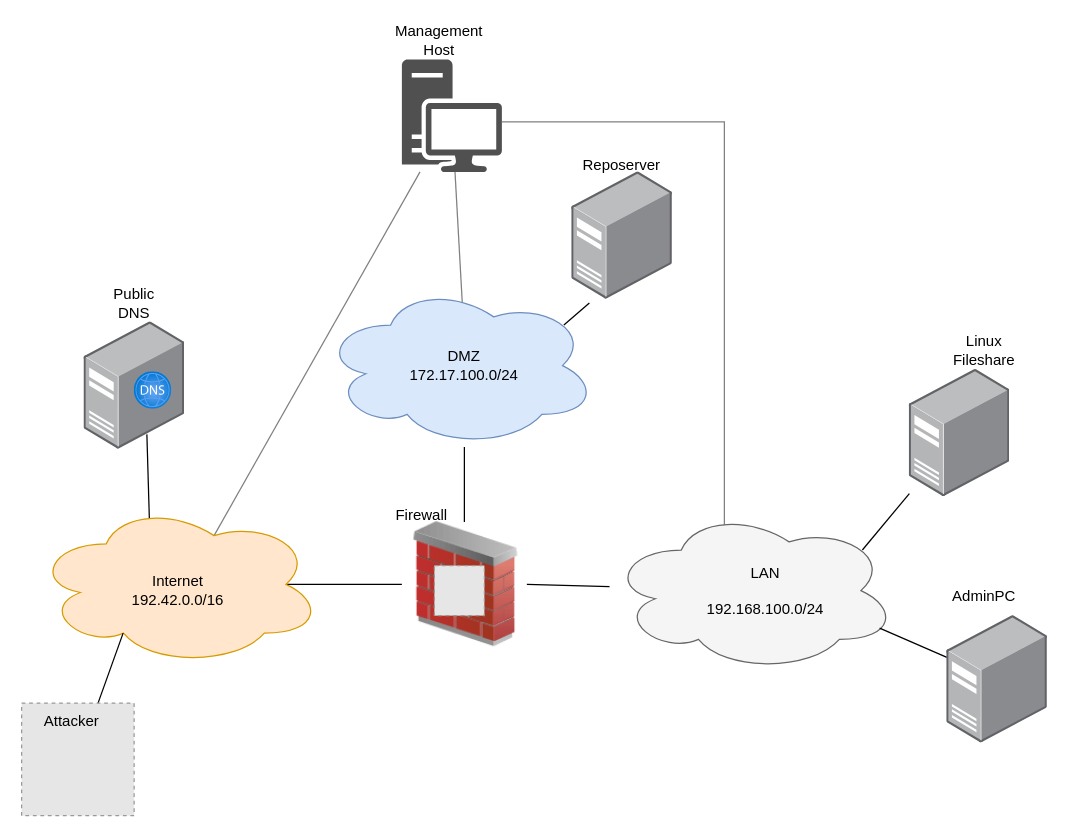
The draw.io diagram docs/images/AttackBed-Network.drawio in ait-testbed/attackbed, before the edit. Source tidied: cells renumbered, new cells numbered last; positions are measured from the earlier drawing's top-left corner, leaving out a move shared by most shapes. Both pictures are drawn from the tidied source at 125%, with x=0, y=0 at pixel (21, 21). Pictures stored in the file or linked from it are replaced by grey dashed boxes.
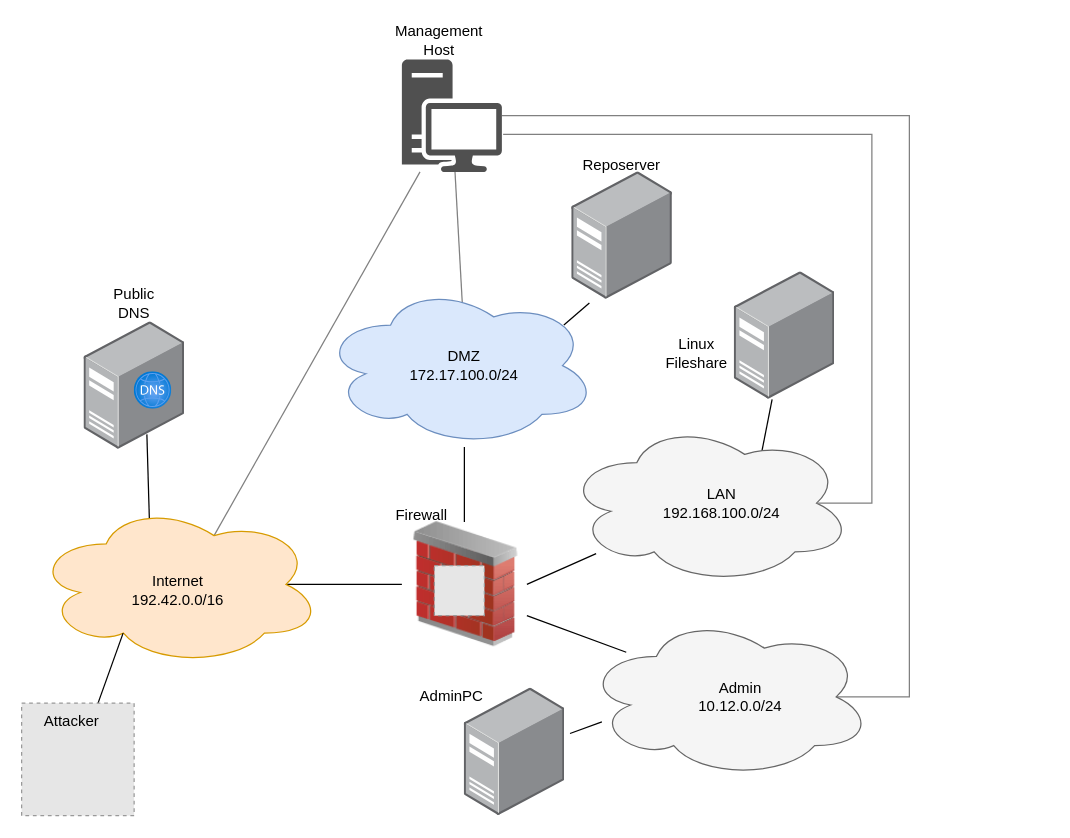
After the change.

Commit message (it also covers changes not shown here):
update images with admin network

The change refers to these unchanged cells:
```xml
<mxCell id="4" style="image;html=1;image=img/lib/clip_art/networking/Firewall_02_128x128.png;direction=east;flipH=1;" parent="1" vertex="1">
  <mxGeometry x="304" y="400" width="100" height="100" as="geometry" />
</mxCell>
<mxCell id="27" style="sketch=0;shadow=0;dashed=0;html=1;strokeColor=none;fillColor=#505050;labelPosition=center;verticalLabelPosition=bottom;verticalAlign=top;outlineConnect=0;align=center;shape=mxgraph.office.devices.workstation;" parent="1" vertex="1">
  <mxGeometry x="304" y="30" width="80" height="90" as="geometry" />
</mxCell>
```

What changed in the source:
```diff
@@
-    <mxCell id="2" style="rounded=0;jettySize=auto;html=1;exitX=1;exitY=0.5;exitDx=0;exitDy=0;endArrow=none;endFill=0;" parent="1" edge="1" source="4" target="15">
-      <mxGeometry relative="1" as="geometry" />
+    <mxCell id="2" style="rounded=0;jettySize=auto;html=1;exitX=1;exitY=0.75;exitDx=0;exitDy=0;endArrow=none;endFill=0;" parent="1" edge="1" source="4">
+      <mxGeometry relative="1" as="geometry">
+        <mxPoint x="483.5" y="504.3" as="targetPoint" />
+      </mxGeometry>
     </mxCell>
@@
-    <mxCell id="13" style="edgeStyle=orthogonalEdgeStyle;rounded=0;jettySize=auto;html=1;exitX=0.4;exitY=0.1;exitDx=0;exitDy=0;exitPerimeter=0;endArrow=none;endFill=0;strokeColor=#808080;" parent="1" edge="1" source="15" target="27">
+    <mxCell id="13" style="edgeStyle=orthogonalEdgeStyle;rounded=0;jettySize=auto;html=1;exitX=0.875;exitY=0.5;exitDx=0;exitDy=0;exitPerimeter=0;endArrow=none;endFill=0;strokeColor=#808080;" parent="1" edge="1" source="15" target="27">
       <mxGeometry relative="1" as="geometry">
         <Array as="points">
-          <mxPoint x="562" y="80" />
+          <mxPoint x="710" y="540" />
+          <mxPoint x="710" y="75" />
         </Array>
       </mxGeometry>
     </mxCell>
-    <mxCell id="14" style="rounded=0;jettySize=auto;html=1;exitX=0.88;exitY=0.25;exitDx=0;exitDy=0;exitPerimeter=0;endArrow=none;endFill=0;" parent="1" edge="1" source="15" target="31">
+    <mxCell id="14" style="rounded=0;jettySize=auto;html=1;endArrow=none;endFill=0;exitX=0.681;exitY=0.215;exitDx=0;exitDy=0;exitPerimeter=0;" parent="1" edge="1" source="36" target="31">
       <mxGeometry relative="1" as="geometry" />
     </mxCell>
     <mxCell id="15" style="ellipse;shape=cloud;whiteSpace=wrap;html=1;fillColor=#f5f5f5;fontColor=#333333;strokeColor=#666666;" parent="1" vertex="1">
-      <mxGeometry x="470" y="390" width="230" height="130" as="geometry" />
+      <mxGeometry x="450.2" y="475" width="230" height="130" as="geometry" />
     </mxCell>
@@
-    <mxCell id="20" value="LAN&lt;br&gt;    &lt;br/&gt;    192.168.100.0/24" style="text;strokeColor=none;align=center;fillColor=none;html=1;verticalAlign=middle;whiteSpace=wrap;rounded=0;" parent="1" vertex="1">
-      <mxGeometry x="550" y="435" width="90" height="40" as="geometry" />
+    <mxCell id="20" value="Admin&lt;br&gt;10.12.0.0/24" style="text;strokeColor=none;align=center;fillColor=none;html=1;verticalAlign=middle;whiteSpace=wrap;rounded=0;" parent="1" vertex="1">
+      <mxGeometry x="530.2" y="520" width="90" height="40" as="geometry" />
     </mxCell>
@@
     <mxCell id="31" style="image;points=[];html=1;align=center;shadow=0;dashed=0;image=img/lib/allied_telesis/computer_and_terminals/Server_Desktop.svg;" parent="1" vertex="1">
-      <mxGeometry x="710" y="278" width="80.5" height="102" as="geometry" />
+      <mxGeometry x="570" y="200" width="80.5" height="102" as="geometry" />
     </mxCell>
     <mxCell id="32" value="&lt;div&gt;Linux&lt;/div&gt;&lt;div&gt;Fileshare&lt;br&gt;&lt;/div&gt;" style="text;strokeColor=none;align=center;fillColor=none;html=1;verticalAlign=middle;whiteSpace=wrap;rounded=0;" parent="1" vertex="1">
-      <mxGeometry x="740" y="248" width="60" height="30" as="geometry" />
+      <mxGeometry x="510" y="250" width="60" height="30" as="geometry" />
     </mxCell>
-    <mxCell id="33" style="rounded=0;jettySize=auto;html=1;exitX=0.88;exitY=0.25;exitDx=0;exitDy=0;exitPerimeter=0;endArrow=none;endFill=0;" parent="1" edge="1" target="34">
+    <mxCell id="33" style="rounded=0;orthogonalLoop=1;jettySize=auto;html=1;endArrow=none;endFill=0;" parent="1" edge="1">
       <mxGeometry relative="1" as="geometry">
-        <mxPoint x="686.2" y="485" as="sourcePoint" />
+        <mxPoint x="464" y="560" as="sourcePoint" />
+        <mxPoint x="438.5" y="569.3" as="targetPoint" />
       </mxGeometry>
     </mxCell>
     <mxCell id="34" style="image;points=[];html=1;align=center;shadow=0;dashed=0;image=img/lib/allied_telesis/computer_and_terminals/Server_Desktop.svg;" parent="1" vertex="1">
-      <mxGeometry x="740" y="475" width="80.5" height="102" as="geometry" />
+      <mxGeometry x="354" y="533" width="80.5" height="102" as="geometry" />
     </mxCell>
     <mxCell id="35" value="AdminPC" style="text;strokeColor=none;align=center;fillColor=none;html=1;verticalAlign=middle;whiteSpace=wrap;rounded=0;" parent="1" vertex="1">
-      <mxGeometry x="740" y="445" width="60" height="30" as="geometry" />
+      <mxGeometry x="314" y="525" width="60" height="30" as="geometry" />
     </mxCell>
+    <mxCell id="36" style="ellipse;shape=cloud;whiteSpace=wrap;html=1;fillColor=#f5f5f5;fontColor=#333333;strokeColor=#666666;" parent="1" vertex="1">
+      <mxGeometry x="434.5" y="320" width="230" height="130" as="geometry" />
+    </mxCell>
+    <mxCell id="37" value="LAN&lt;br&gt;    192.168.100.0/24" style="text;strokeColor=none;align=center;fillColor=none;html=1;verticalAlign=middle;whiteSpace=wrap;rounded=0;" parent="1" vertex="1">
+      <mxGeometry x="514.5" y="365" width="90" height="40" as="geometry" />
+    </mxCell>
+    <mxCell id="38" style="rounded=0;jettySize=auto;html=1;exitX=1;exitY=0.5;exitDx=0;exitDy=0;endArrow=none;endFill=0;" parent="1" edge="1" source="4" target="36">
+      <mxGeometry relative="1" as="geometry" />
+    </mxCell>
+    <mxCell id="39" style="edgeStyle=orthogonalEdgeStyle;rounded=0;jettySize=auto;html=1;exitX=0.875;exitY=0.5;exitDx=0;exitDy=0;exitPerimeter=0;endArrow=none;endFill=0;strokeColor=#808080;" parent="1" edge="1" source="36">
+      <mxGeometry relative="1" as="geometry">
+        <mxPoint x="385" y="90" as="targetPoint" />
+        <Array as="points">
+          <mxPoint x="680" y="385" />
+          <mxPoint x="680" y="90" />
+        </Array>
+      </mxGeometry>
+    </mxCell>
```
